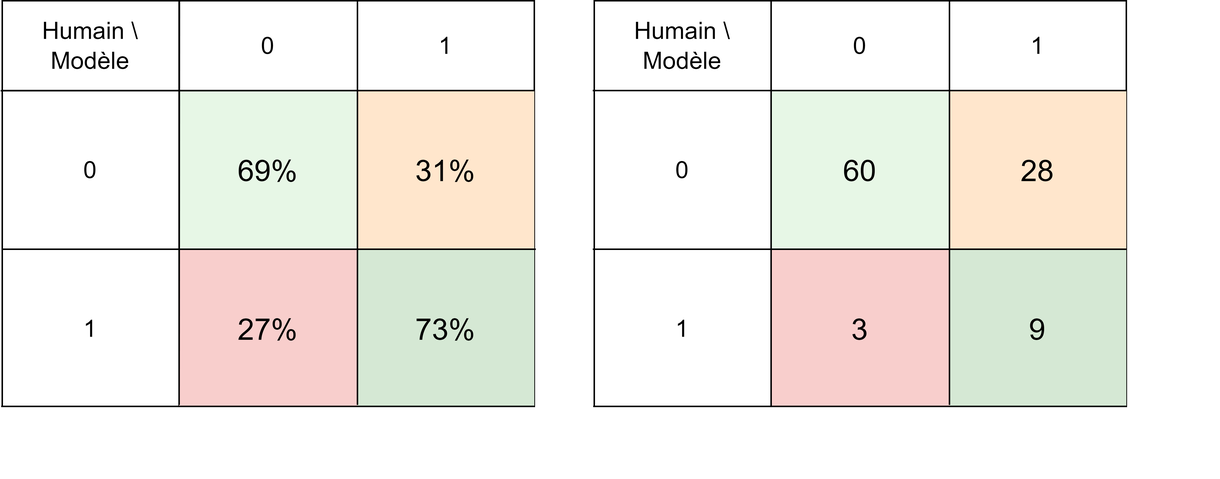
Above: images/matrice_dual.png in Eterneaprog/Wiesbaden23 (draw.io), before the change. Source tidied: cells renumbered, new cells last; positions are measured from the earlier drawing's top-left corner, leaving out a move shared by most shapes.
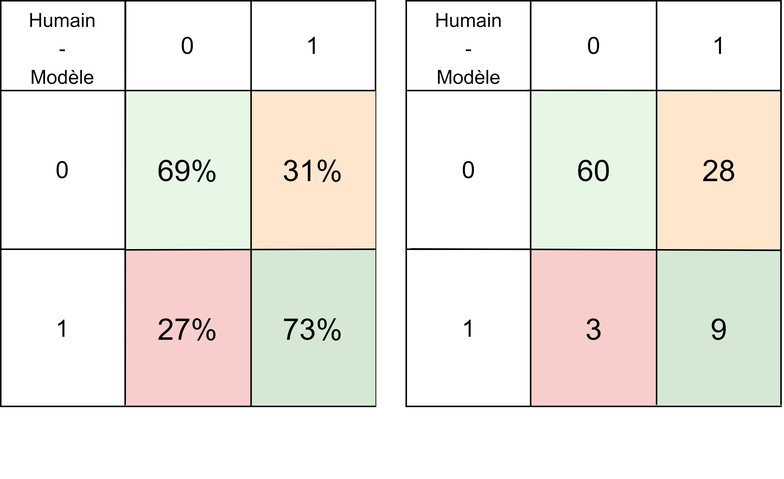
The same diagram one commit later.

Change to the diagram source:
```diff
@@ -3,141 +3,142 @@
     <mxCell id="0" />
     <mxCell id="1" parent="0" />
     <mxCell id="2" style="shape=table;startSize=0;fontSize=16;" parent="1" vertex="1">
-      <mxGeometry x="1" width="355" height="271" as="geometry" />
+      <mxGeometry x="66" width="250" height="271" as="geometry" />
     </mxCell>
     <mxCell id="3" style="shape=tableRow;horizontal=0;startSize=0;swimlaneHead=0;swimlaneBody=0;strokeColor=inherit;top=0;left=0;bottom=0;right=0;fillColor=none;points=[[0,0.5],[1,0.5]];portConstraint=eastwest;fontSize=16;" parent="2" vertex="1">
-      <mxGeometry width="355" height="60" as="geometry" />
+      <mxGeometry width="250" height="60" as="geometry" />
     </mxCell>
-    <mxCell id="4" value="Humain \ Modèle" style="shape=partialRectangle;html=1;whiteSpace=wrap;strokeColor=inherit;overflow=hidden;fillColor=none;top=0;left=0;bottom=0;right=0;fontSize=16;" parent="3" vertex="1">
-      <mxGeometry width="118" height="60" as="geometry" />
+    <mxCell id="4" value="&lt;font style=&quot;font-size: 13px;&quot;&gt;Humain&lt;br&gt;-&lt;br&gt;Modèle&lt;/font&gt;" style="shape=partialRectangle;html=1;whiteSpace=wrap;strokeColor=inherit;overflow=hidden;fillColor=none;top=0;left=0;bottom=0;right=0;fontSize=16;" parent="3" vertex="1">
+      <mxGeometry width="83" height="60" as="geometry" />
     </mxCell>
     <mxCell id="5" value="0" style="shape=partialRectangle;html=1;whiteSpace=wrap;strokeColor=inherit;overflow=hidden;fillColor=none;top=0;left=0;bottom=0;right=0;fontSize=16;" parent="3" vertex="1">
-      <mxGeometry x="118" width="119" height="60" as="geometry" />
+      <mxGeometry x="83" width="84" height="60" as="geometry" />
     </mxCell>
     <mxCell id="6" value="1" style="shape=partialRectangle;html=1;whiteSpace=wrap;strokeColor=inherit;overflow=hidden;fillColor=none;top=0;left=0;bottom=0;right=0;fontSize=16;" parent="3" vertex="1">
-      <mxGeometry x="237" width="118" height="60" as="geometry" />
+      <mxGeometry x="167" width="83" height="60" as="geometry" />
     </mxCell>
     <mxCell id="7" style="shape=tableRow;horizontal=0;startSize=0;swimlaneHead=0;swimlaneBody=0;strokeColor=inherit;top=0;left=0;bottom=0;right=0;fillColor=none;fontSize=16;" parent="2" vertex="1">
-      <mxGeometry y="60" width="355" height="106" as="geometry" />
+      <mxGeometry y="60" width="250" height="106" as="geometry" />
     </mxCell>
     <mxCell id="8" value="0" style="shape=partialRectangle;html=1;whiteSpace=wrap;strokeColor=inherit;overflow=hidden;fillColor=none;top=0;left=0;bottom=0;right=0;fontSize=16;" parent="7" vertex="1">
-      <mxGeometry width="118" height="106" as="geometry" />
+      <mxGeometry width="83" height="106" as="geometry" />
     </mxCell>
     <mxCell id="9" value="69%" style="shape=partialRectangle;html=1;whiteSpace=wrap;strokeColor=#000000;overflow=hidden;fillColor=#E7F7E6;top=0;left=0;bottom=0;right=0;fontSize=20;strokeWidth=3;" parent="7" vertex="1">
-      <mxGeometry x="118" width="119" height="106" as="geometry" />
+      <mxGeometry x="83" width="84" height="106" as="geometry" />
     </mxCell>
     <mxCell id="10" value="31%" style="shape=partialRectangle;html=1;whiteSpace=wrap;strokeColor=#000000;overflow=hidden;fillColor=#ffe6cc;top=0;left=0;bottom=0;right=0;fontSize=20;strokeWidth=3;" parent="7" vertex="1">
-      <mxGeometry x="237" width="118" height="106" as="geometry" />
+      <mxGeometry x="167" width="83" height="106" as="geometry" />
     </mxCell>
     <mxCell id="11" style="shape=tableRow;horizontal=0;startSize=0;swimlaneHead=0;swimlaneBody=0;strokeColor=inherit;top=0;left=0;bottom=0;right=0;fillColor=none;points=[[0,0.5],[1,0.5]];portConstraint=eastwest;fontSize=16;" parent="2" vertex="1">
-      <mxGeometry y="166" width="355" height="105" as="geometry" />
+      <mxGeometry y="166" width="250" height="105" as="geometry" />
     </mxCell>
     <mxCell id="12" value="1" style="shape=partialRectangle;html=1;whiteSpace=wrap;strokeColor=inherit;overflow=hidden;fillColor=none;top=0;left=0;bottom=0;right=0;fontSize=16;" parent="11" vertex="1">
-      <mxGeometry width="118" height="105" as="geometry" />
+      <mxGeometry width="83" height="105" as="geometry" />
     </mxCell>
     <mxCell id="13" value="27%" style="shape=partialRectangle;html=1;whiteSpace=wrap;strokeColor=#000000;overflow=hidden;fillColor=#f8cecc;top=0;left=0;bottom=0;right=0;fontSize=20;strokeWidth=3;" parent="11" vertex="1">
-      <mxGeometry x="118" width="119" height="105" as="geometry" />
+      <mxGeometry x="83" width="84" height="105" as="geometry" />
     </mxCell>
     <mxCell id="14" value="73%" style="shape=partialRectangle;html=1;whiteSpace=wrap;strokeColor=#000000;overflow=hidden;fillColor=#d5e8d4;top=0;left=0;bottom=0;right=0;fontSize=20;strokeWidth=3;" parent="11" vertex="1">
-      <mxGeometry x="237" width="118" height="105" as="geometry" />
+      <mxGeometry x="167" width="83" height="105" as="geometry" />
     </mxCell>
     <mxCell id="15" style="endArrow=none;html=1;rounded=0;exitX=-0.002;exitY=1;exitDx=0;exitDy=0;exitPerimeter=0;entryX=1;entryY=1;entryDx=0;entryDy=0;" parent="2" edge="1" source="11" target="2">
       <mxGeometry relative="1" as="geometry" />
     </mxCell>
-    <mxCell id="16" style="endArrow=none;html=1;rounded=0;exitX=-0.003;exitY=0.001;exitDx=0;exitDy=0;exitPerimeter=0;" parent="2" edge="1">
+    <mxCell id="16" style="endArrow=none;html=1;rounded=0;" parent="2" edge="1">
       <mxGeometry relative="1" as="geometry">
-        <mxPoint x="-1.1" y="60.1" as="sourcePoint" />
-        <mxPoint x="355" y="60" as="targetPoint" />
+        <mxPoint x="80" y="60" as="sourcePoint" />
+        <mxPoint x="250" y="60" as="targetPoint" />
       </mxGeometry>
     </mxCell>
-    <mxCell id="17" value="Pourcentage par catégorie" style="text;strokeColor=none;fillColor=none;html=1;fontSize=20;fontStyle=1;verticalAlign=middle;align=center;fontColor=#FFFFFF;" parent="1" vertex="1">
-      <mxGeometry x="18.5" y="279" width="320" height="40" as="geometry" />
+    <mxCell id="17" value="Pourcentage par catégorie" style="text;strokeColor=none;fillColor=none;html=1;fontSize=15;fontStyle=1;verticalAlign=middle;align=center;fontColor=#FFFFFF;labelBackgroundColor=none;" parent="1" vertex="1">
+      <mxGeometry x="66" y="279" width="250" height="40" as="geometry" />
     </mxCell>
-    <mxCell id="18" value="&lt;font style=&quot;font-size: 20px;&quot;&gt;Pour 100 exports traités par le système&lt;/font&gt;" style="text;strokeColor=none;fillColor=none;html=1;fontSize=24;fontStyle=1;verticalAlign=middle;align=center;fontColor=#FFFFFF;" parent="1" vertex="1">
-      <mxGeometry x="334" y="279" width="479" height="40" as="geometry" />
+    <mxCell id="18" value="&lt;font style=&quot;font-size: 15px;&quot;&gt;Pour 100 exports traités&lt;br&gt;par le système&lt;/font&gt;" style="text;strokeColor=none;fillColor=none;html=1;fontSize=15;fontStyle=1;verticalAlign=middle;align=center;fontColor=#FFFFFF;labelBackgroundColor=none;" parent="1" vertex="1">
+      <mxGeometry x="336" y="279" width="250" height="40" as="geometry" />
     </mxCell>
     <mxCell id="19" style="shape=table;startSize=0;fontSize=16;" parent="1" vertex="1">
-      <mxGeometry x="396" width="355" height="271" as="geometry" />
+      <mxGeometry x="336.5" width="250" height="271" as="geometry" />
     </mxCell>
     <mxCell id="20" style="shape=tableRow;horizontal=0;startSize=0;swimlaneHead=0;swimlaneBody=0;strokeColor=inherit;top=0;left=0;bottom=0;right=0;fillColor=none;fontSize=16;" parent="19" vertex="1">
-      <mxGeometry width="355" height="60" as="geometry" />
+      <mxGeometry width="250" height="60" as="geometry" />
     </mxCell>
-    <mxCell id="21" value="Humain \ Modèle" style="shape=partialRectangle;html=1;whiteSpace=wrap;strokeColor=inherit;overflow=hidden;fillColor=none;top=0;left=0;bottom=0;right=0;fontSize=16;" parent="20" vertex="1">
-      <mxGeometry width="118" height="60" as="geometry" />
+    <mxCell id="21" value="&lt;font style=&quot;font-size: 13px;&quot;&gt;Humain&lt;br&gt;-&lt;br&gt;Modèle&lt;/font&gt;" style="shape=partialRectangle;html=1;whiteSpace=wrap;strokeColor=inherit;overflow=hidden;fillColor=none;top=0;left=0;bottom=0;right=0;fontSize=16;" parent="20" vertex="1">
+      <mxGeometry width="83" height="60" as="geometry" />
     </mxCell>
     <mxCell id="22" value="0" style="shape=partialRectangle;html=1;whiteSpace=wrap;strokeColor=inherit;overflow=hidden;fillColor=none;top=0;left=0;bottom=0;right=0;fontSize=16;" parent="20" vertex="1">
-      <mxGeometry x="118" width="119" height="60" as="geometry" />
+      <mxGeometry x="83" width="84" height="60" as="geometry" />
     </mxCell>
     <mxCell id="23" value="1" style="shape=partialRectangle;html=1;whiteSpace=wrap;strokeColor=inherit;overflow=hidden;fillColor=none;top=0;left=0;bottom=0;right=0;fontSize=16;" parent="20" vertex="1">
-      <mxGeometry x="237" width="118" height="60" as="geometry" />
+      <mxGeometry x="167" width="83" height="60" as="geometry" />
     </mxCell>
     <mxCell id="24" style="shape=tableRow;horizontal=0;startSize=0;swimlaneHead=0;swimlaneBody=0;strokeColor=inherit;top=0;left=0;bottom=0;right=0;fillColor=none;points=[[0,0.5],[1,0.5]];portConstraint=eastwest;fontSize=16;" parent="19" vertex="1">
-      <mxGeometry y="60" width="355" height="106" as="geometry" />
+      <mxGeometry y="60" width="250" height="106" as="geometry" />
     </mxCell>
     <mxCell id="25" value="0" style="shape=partialRectangle;html=1;whiteSpace=wrap;strokeColor=inherit;overflow=hidden;fillColor=none;top=0;left=0;bottom=0;right=0;fontSize=16;" parent="24" vertex="1">
-      <mxGeometry width="118" height="106" as="geometry" />
+      <mxGeometry width="83" height="106" as="geometry" />
     </mxCell>
     <mxCell id="26" value="60" style="shape=partialRectangle;html=1;whiteSpace=wrap;strokeColor=#000000;overflow=hidden;fillColor=#E7F7E6;top=0;left=0;bottom=0;right=0;fontSize=20;strokeWidth=3;" parent="24" vertex="1">
-      <mxGeometry x="118" width="119" height="106" as="geometry" />
+      <mxGeometry x="83" width="84" height="106" as="geometry" />
     </mxCell>
     <mxCell id="27" value="28" style="shape=partialRectangle;html=1;whiteSpace=wrap;strokeColor=#000000;overflow=hidden;fillColor=#ffe6cc;top=0;left=0;bottom=0;right=0;fontSize=20;strokeWidth=3;" parent="24" vertex="1">
-      <mxGeometry x="237" width="118" height="106" as="geometry" />
+      <mxGeometry x="167" width="83" height="106" as="geometry" />
     </mxCell>
     <mxCell id="28" style="shape=tableRow;horizontal=0;startSize=0;swimlaneHead=0;swimlaneBody=0;strokeColor=inherit;top=0;left=0;bottom=0;right=0;fillColor=none;points=[[0,0.5],[1,0.5]];portConstraint=eastwest;fontSize=16;" parent="19" vertex="1">
-      <mxGeometry y="166" width="355" height="105" as="geometry" />
+      <mxGeometry y="166" width="250" height="105" as="geometry" />
     </mxCell>
     <mxCell id="29" value="1" style="shape=partialRectangle;html=1;whiteSpace=wrap;strokeColor=inherit;overflow=hidden;fillColor=none;top=0;left=0;bottom=0;right=0;fontSize=16;" parent="28" vertex="1">
-      <mxGeometry width="118" height="105" as="geometry" />
+      <mxGeometry width="83" height="105" as="geometry" />
     </mxCell>
     <mxCell id="30" value="3" style="shape=partialRectangle;html=1;whiteSpace=wrap;strokeColor=#000000;overflow=hidden;fillColor=#f8cecc;top=0;left=0;bottom=0;right=0;fontSize=20;strokeWidth=3;" parent="28" vertex="1">
-      <mxGeometry x="118" width="119" height="105" as="geometry" />
+      <mxGeometry x="83" width="84" height="105" as="geometry" />
     </mxCell>
     <mxCell id="31" value="9" style="shape=partialRectangle;html=1;whiteSpace=wrap;strokeColor=#000000;overflow=hidden;fillColor=#d5e8d4;top=0;left=0;bottom=0;right=0;fontSize=20;strokeWidth=3;" parent="28" vertex="1">
-      <mxGeometry x="237" width="118" height="105" as="geometry" />
+      <mxGeometry x="167" width="83" height="105" as="geometry" />
     </mxCell>
     <mxCell id="32" style="endArrow=none;html=1;rounded=0;exitX=-0.002;exitY=1;exitDx=0;exitDy=0;exitPerimeter=0;entryX=1;entryY=1;entryDx=0;entryDy=0;" parent="19" edge="1" source="28" target="19">
       <mxGeometry relative="1" as="geometry" />
     </mxCell>
+    <mxCell id="38" style="endArrow=none;html=1;rounded=0;exitX=0.012;exitY=0.998;exitDx=0;exitDy=0;exitPerimeter=0;entryX=1.001;entryY=0.007;entryDx=0;entryDy=0;entryPerimeter=0;" parent="19" edge="1" source="24" target="28">
+      <mxGeometry relative="1" as="geometry" />
+    </mxCell>
     <mxCell id="33" style="endArrow=none;html=1;rounded=0;entryX=0.333;entryY=0.002;entryDx=0;entryDy=0;entryPerimeter=0;" parent="1" edge="1" target="3">
       <mxGeometry relative="1" as="geometry">
-        <mxPoint x="119" y="270" as="sourcePoint" />
+        <mxPoint x="149" y="270" as="sourcePoint" />
       </mxGeometry>
     </mxCell>
     <mxCell id="34" style="endArrow=none;html=1;rounded=0;entryX=0.333;entryY=0.002;entryDx=0;entryDy=0;entryPerimeter=0;" parent="1" edge="1">
       <mxGeometry relative="1" as="geometry">
-        <mxPoint x="238" y="270" as="sourcePoint" />
-        <mxPoint x="238" as="targetPoint" />
+        <mxPoint x="233" y="271" as="sourcePoint" />
+        <mxPoint x="233" y="1" as="targetPoint" />
       </mxGeometry>
     </mxCell>
     <mxCell id="35" style="endArrow=none;html=1;rounded=0;entryX=0.333;entryY=0.002;entryDx=0;entryDy=0;entryPerimeter=0;" parent="1" edge="1">
       <mxGeometry relative="1" as="geometry">
-        <mxPoint x="514" y="271" as="sourcePoint" />
-        <mxPoint x="514" y="1" as="targetPoint" />
+        <mxPoint x="419.5" y="271" as="sourcePoint" />
+        <mxPoint x="419.5" y="1" as="targetPoint" />
       </mxGeometry>
     </mxCell>
     <mxCell id="36" style="endArrow=none;html=1;rounded=0;entryX=0.333;entryY=0.002;entryDx=0;entryDy=0;entryPerimeter=0;" parent="1" edge="1">
       <mxGeometry relative="1" as="geometry">
-        <mxPoint x="633" y="270" as="sourcePoint" />
-        <mxPoint x="633" as="targetPoint" />
+        <mxPoint x="503.5" y="270" as="sourcePoint" />
+        <mxPoint x="503.5" as="targetPoint" />
       </mxGeometry>
     </mxCell>
-    <mxCell id="37" style="endArrow=none;html=1;rounded=0;exitX=-0.003;exitY=0.001;exitDx=0;exitDy=0;exitPerimeter=0;" parent="1" edge="1">
+    <mxCell id="37" style="endArrow=none;html=1;rounded=0;exitX=0.331;exitY=0.004;exitDx=0;exitDy=0;exitPerimeter=0;" parent="1" edge="1" source="11">
       <mxGeometry relative="1" as="geometry">
-        <mxPoint x="1" y="166" as="sourcePoint" />
-        <mxPoint x="357" y="166" as="targetPoint" />
+        <mxPoint x="316" y="166" as="targetPoint" />
       </mxGeometry>
     </mxCell>
-    <mxCell id="38" style="endArrow=none;html=1;rounded=0;exitX=-0.003;exitY=0.001;exitDx=0;exitDy=0;exitPerimeter=0;" parent="1" edge="1">
-      <mxGeometry relative="1" as="geometry">
-        <mxPoint x="395" y="166" as="sourcePoint" />
-        <mxPoint x="751" y="166" as="targetPoint" />
-      </mxGeometry>
-    </mxCell>
-    <mxCell id="39" style="endArrow=none;html=1;rounded=0;exitX=-0.003;exitY=0.001;exitDx=0;exitDy=0;exitPerimeter=0;" parent="1" edge="1">
+    <mxCell id="39" style="endArrow=none;html=1;rounded=0;exitX=0.323;exitY=-0.001;exitDx=0;exitDy=0;exitPerimeter=0;" parent="1" edge="1" source="24">
       <mxGeometry relative="1" as="geometry">
-        <mxPoint x="395" y="60" as="sourcePoint" />
-        <mxPoint x="751" y="60" as="targetPoint" />
+        <mxPoint x="586.5" y="60" as="targetPoint" />
       </mxGeometry>
     </mxCell>
+    <mxCell id="40" style="endArrow=none;html=1;rounded=0;entryX=0.333;entryY=0.002;entryDx=0;entryDy=0;entryPerimeter=0;" parent="1" edge="1">
+      <mxGeometry relative="1" as="geometry">
+        <mxPoint x="586.5" y="270" as="sourcePoint" />
+        <mxPoint x="586.5" as="targetPoint" />
+      </mxGeometry>
+    </mxCell>
   </root>
 </mxGraphModel>
```
